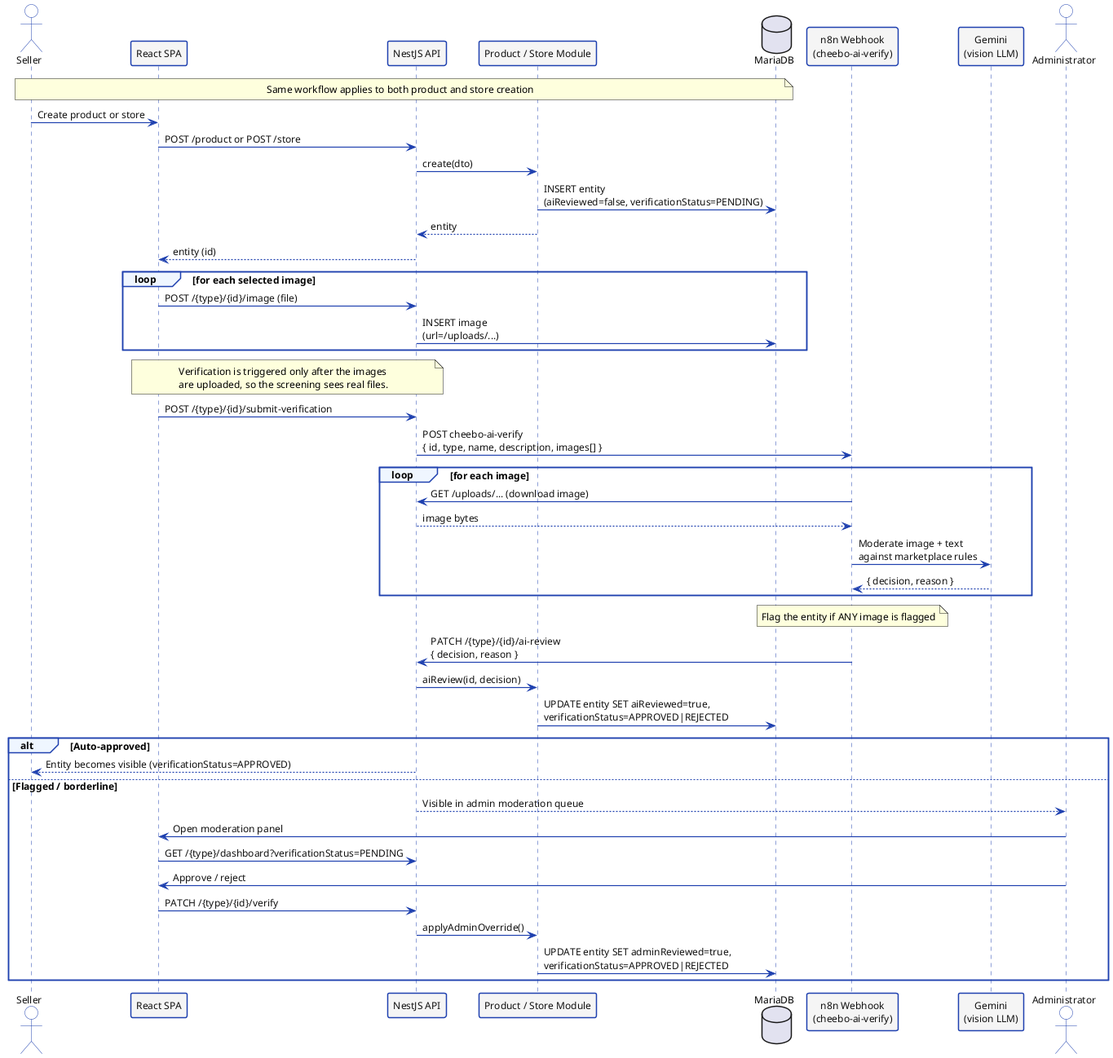
Before: img/seq-verify.png, a diagram exported from PlantUML (NadimJebali/NadimJebali-Pfe-rapport-V2). Source of this version:
```plantuml
@startuml seq-verify

skinparam defaultFontName Helvetica
skinparam defaultFontSize 12
skinparam backgroundColor #FFFFFF
skinparam sequenceArrowThickness 1.2
skinparam sequenceParticipantBorderThickness 1.5

skinparam sequence {
  ActorBackgroundColor       #FFFFFF
  ActorBorderColor           #1E40AF
  ActorFontColor             #111111
  ParticipantBackgroundColor #F5F5F5
  ParticipantBorderColor     #1E40AF
  ParticipantFontColor       #111111
  LifeLineBorderColor        #1E40AF
  ArrowColor                 #1E40AF
  ArrowFontColor             #111111
  GroupBackgroundColor       #EFF6FF
  GroupBorderColor           #1E40AF
  NoteBackgroundColor        #F5F5F5
  NoteBorderColor            #1E40AF
}

actor       "Seller"                            as S
participant "React SPA"                         as FE
participant "NestJS API"                        as BE
participant "Product / Store Module"            as PM
database    "MariaDB"                           as DB
participant "n8n Webhook\n(cheebo-ai-verify)"   as N8N
participant "Gemini\n(vision LLM)"              as LLM
actor       "Administrator"                     as A

note over S, DB
  Same workflow applies to both product and store creation
end note

S  -> FE : Create product or store
FE -> BE : POST /product or POST /store
BE -> PM : create(dto)
PM -> DB : INSERT entity\n(aiReviewed=false, verificationStatus=PENDING)
PM --> BE : entity
BE --> FE : entity (id)

loop for each selected image
  FE -> BE : POST /{type}/{id}/image (file)
  BE -> DB : INSERT image\n(url=/uploads/...)
end

note over FE, BE
  Verification is triggered only after the images
  are uploaded, so the screening sees real files.
end note
FE -> BE : POST /{type}/{id}/submit-verification
BE -> N8N : POST cheebo-ai-verify\n{ id, type, name, description, images[] }

loop for each image
  N8N -> BE : GET /uploads/... (download image)
  BE --> N8N : image bytes
  N8N -> LLM : Moderate image + text\nagainst marketplace rules
  LLM --> N8N : { decision, reason }
end
note over N8N : Flag the entity if ANY image is flagged
N8N -> BE : PATCH /{type}/{id}/ai-review\n{ decision, reason }
BE -> PM : aiReview(id, decision)
PM -> DB : UPDATE entity SET aiReviewed=true,\nverificationStatus=APPROVED|REJECTED

alt Auto-approved
  BE --> S : Entity becomes visible (verificationStatus=APPROVED)
else Flagged / borderline
  BE --> A : Visible in admin moderation queue
  A -> FE : Open moderation panel
  FE -> BE : GET /{type}/dashboard?verificationStatus=PENDING
  A -> FE : Approve / reject
  FE -> BE : PATCH /{type}/{id}/verify
  BE -> PM : applyAdminOverride()
  PM -> DB : UPDATE entity SET adminReviewed=true,\nverificationStatus=APPROVED|REJECTED
end

@enduml
```
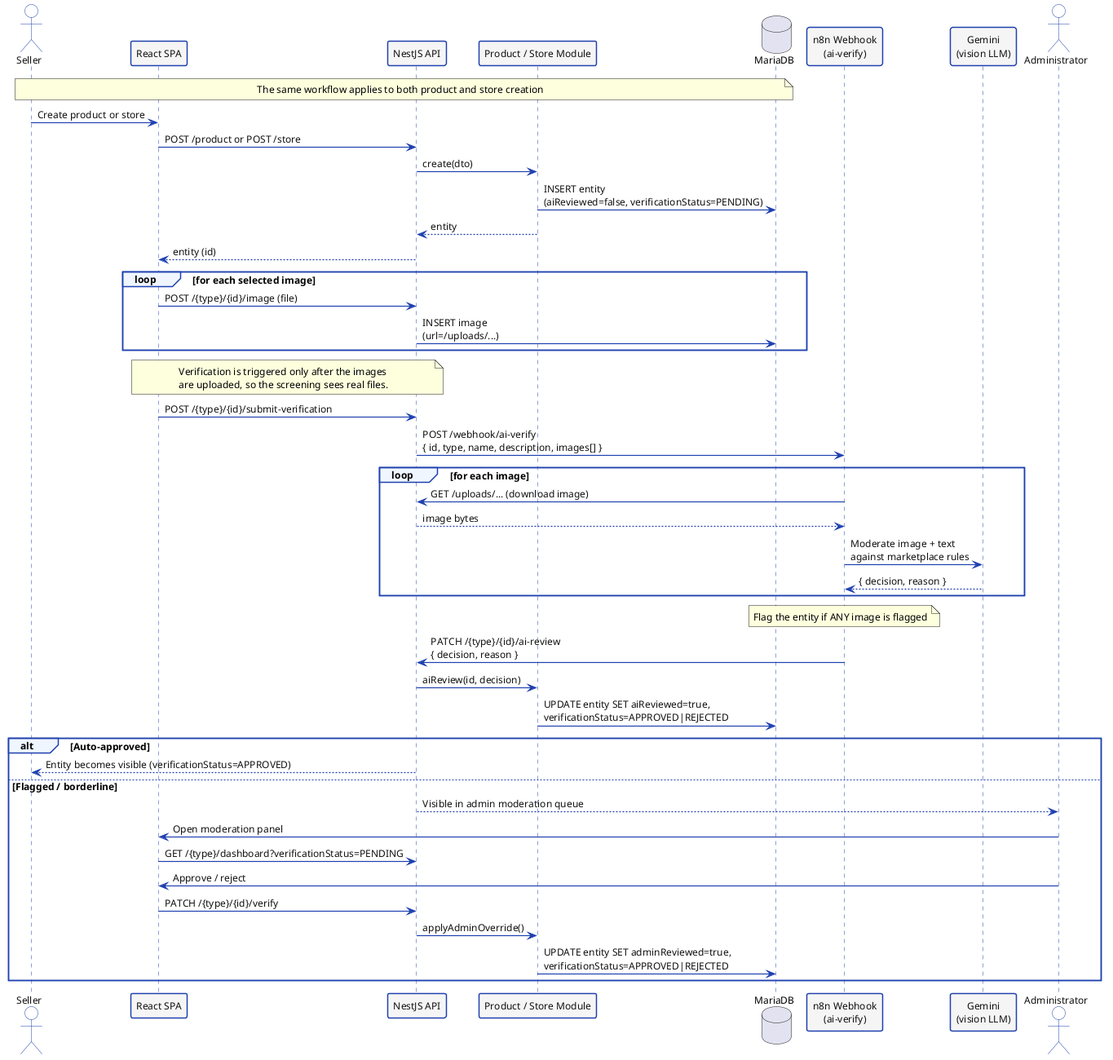
Above is the later version.

Diff of the diagram source:
```diff
@@ -22,17 +22,17 @@
   NoteBorderColor            #1E40AF
 }
 
-actor       "Seller"                            as S
-participant "React SPA"                         as FE
-participant "NestJS API"                        as BE
-participant "Product / Store Module"            as PM
-database    "MariaDB"                           as DB
-participant "n8n Webhook\n(cheebo-ai-verify)"   as N8N
-participant "Gemini\n(vision LLM)"              as LLM
-actor       "Administrator"                     as A
+actor       "Seller"                          as S
+participant "React SPA"                       as FE
+participant "NestJS API"                      as BE
+participant "Product / Store Module"          as PM
+database    "MariaDB"                         as DB
+participant "n8n Webhook\n(ai-verify)"        as N8N
+participant "Gemini\n(vision LLM)"            as LLM
+actor       "Administrator"                   as A
 
 note over S, DB
-  Same workflow applies to both product and store creation
+  The same workflow applies to both product and store creation
 end note
 
 S  -> FE : Create product or store
@@ -52,7 +52,7 @@
   are uploaded, so the screening sees real files.
 end note
 FE -> BE : POST /{type}/{id}/submit-verification
-BE -> N8N : POST cheebo-ai-verify\n{ id, type, name, description, images[] }
+BE -> N8N : POST /webhook/ai-verify\n{ id, type, name, description, images[] }
 
 loop for each image
   N8N -> BE : GET /uploads/... (download image)
```
